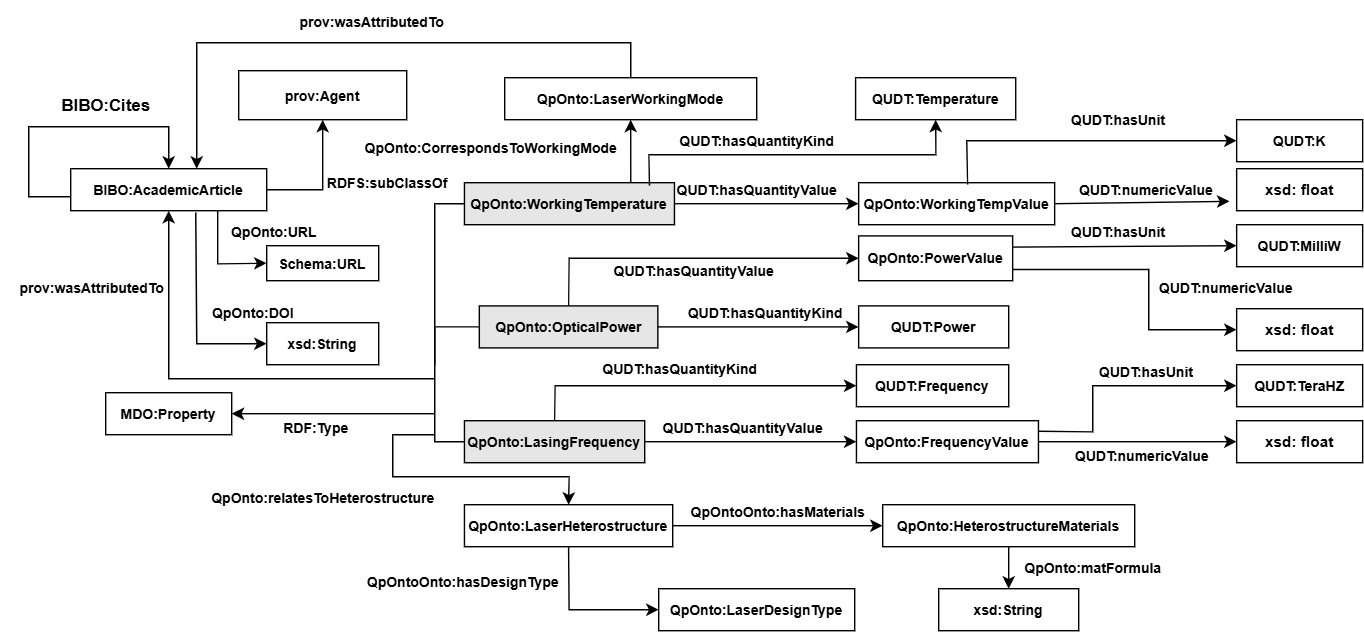
The draw.io diagram Images/qKG.png in DeperiasKerre/qKG, before a commit. Source tidied: cells renumbered, new cells last; positions are measured from the earlier drawing's top-left corner, leaving out a move shared by most shapes.
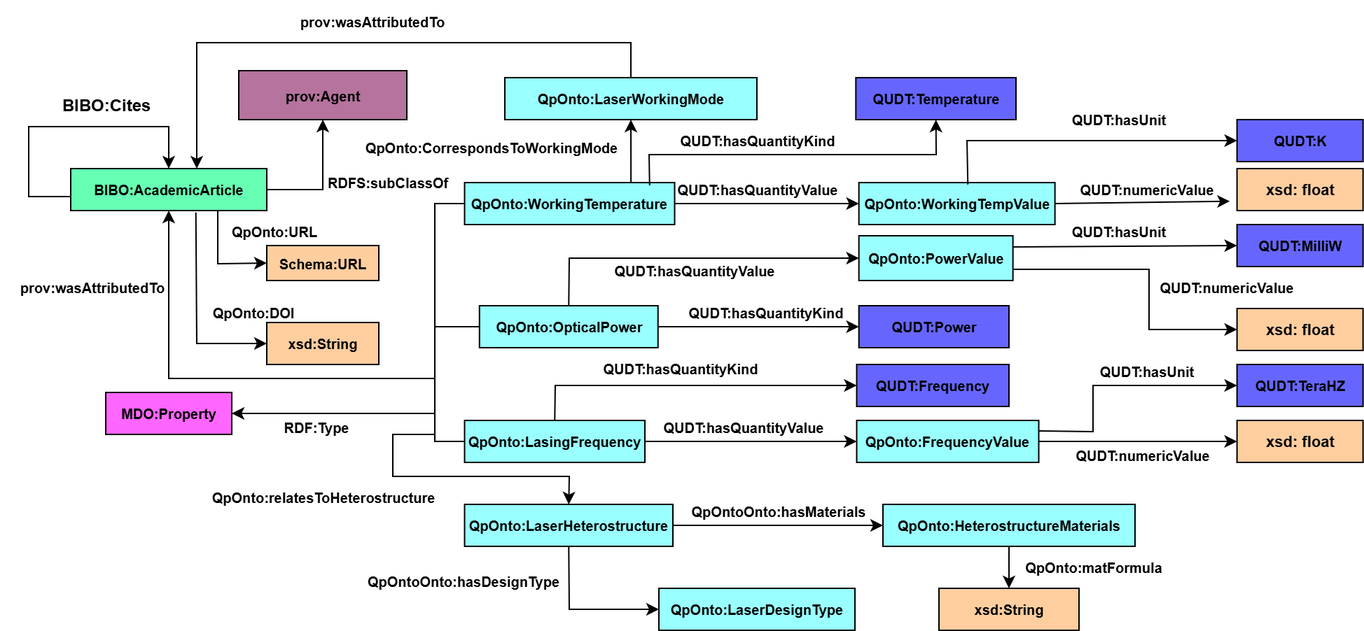
Later version of the same file.

What changed in the source:
```diff
@@ -2,25 +2,25 @@
   <root>
     <mxCell id="0" />
     <mxCell id="1" parent="0" />
-    <mxCell id="2" value="&lt;b&gt;&lt;font style=&quot;font-size: 10px;&quot;&gt;QpOnto:WorkingTemperature&lt;/font&gt;&lt;/b&gt;" style="rounded=0;whiteSpace=wrap;html=1;fillColor=light-dark(#E6E6E6,var(--ge-dark-color, #121212));" parent="1" vertex="1">
+    <mxCell id="2" value="&lt;b&gt;&lt;font style=&quot;font-size: 10px;&quot;&gt;QpOnto:WorkingTemperature&lt;/font&gt;&lt;/b&gt;" style="rounded=0;whiteSpace=wrap;html=1;fillColor=light-dark(#99FFFF,var(--ge-dark-color, #121212));" parent="1" vertex="1">
       <mxGeometry x="331.2" y="130" width="150" height="30" as="geometry" />
     </mxCell>
-    <mxCell id="3" value="&lt;b&gt;&lt;font style=&quot;font-size: 10px;&quot;&gt;QpOnto:OpticalPower&lt;/font&gt;&lt;/b&gt;" style="rounded=0;whiteSpace=wrap;html=1;fillColor=light-dark(#E6E6E6,var(--ge-dark-color, #121212));" parent="1" vertex="1">
+    <mxCell id="3" value="&lt;b&gt;&lt;font style=&quot;font-size: 10px;&quot;&gt;QpOnto:OpticalPower&lt;/font&gt;&lt;/b&gt;" style="rounded=0;whiteSpace=wrap;html=1;fillColor=light-dark(#99FFFF,var(--ge-dark-color, #121212));" parent="1" vertex="1">
       <mxGeometry x="341.9" y="218" width="127.5" height="30" as="geometry" />
     </mxCell>
-    <mxCell id="4" value="&lt;b&gt;&lt;font style=&quot;font-size: 10px;&quot;&gt;QpOnto:LasingFrequency&lt;/font&gt;&lt;/b&gt;" style="rounded=0;whiteSpace=wrap;html=1;fillColor=light-dark(#E6E6E6,var(--ge-dark-color, #121212));" parent="1" vertex="1">
+    <mxCell id="4" value="&lt;b&gt;&lt;font style=&quot;font-size: 10px;&quot;&gt;QpOnto:LasingFrequency&lt;/font&gt;&lt;/b&gt;" style="rounded=0;whiteSpace=wrap;html=1;fillColor=light-dark(#99FFFF,var(--ge-dark-color, #121212));" parent="1" vertex="1">
       <mxGeometry x="331.2" y="300" width="128.8" height="30" as="geometry" />
     </mxCell>
-    <mxCell id="5" value="&lt;b&gt;&lt;font style=&quot;font-size: 10px;&quot;&gt;MDO:Property&lt;/font&gt;&lt;/b&gt;" style="rounded=0;whiteSpace=wrap;html=1;" parent="1" vertex="1">
+    <mxCell id="5" value="&lt;b&gt;&lt;font style=&quot;font-size: 10px;&quot;&gt;MDO:Property&lt;/font&gt;&lt;/b&gt;" style="rounded=0;whiteSpace=wrap;html=1;fillColor=#FF66FF;" parent="1" vertex="1">
       <mxGeometry x="75" y="280" width="90" height="30" as="geometry" />
     </mxCell>
-    <mxCell id="6" value="&lt;b&gt;&lt;font style=&quot;font-size: 10px;&quot;&gt;BIBO:AcademicArticle&lt;/font&gt;&lt;/b&gt;" style="rounded=0;whiteSpace=wrap;html=1;" parent="1" vertex="1">
+    <mxCell id="6" value="&lt;b&gt;&lt;font style=&quot;font-size: 10px;&quot;&gt;BIBO:AcademicArticle&lt;/font&gt;&lt;/b&gt;" style="rounded=0;whiteSpace=wrap;html=1;fillColor=#66FFB3;" parent="1" vertex="1">
       <mxGeometry x="50" y="120" width="140" height="30" as="geometry" />
     </mxCell>
-    <mxCell id="7" value="&lt;b&gt;&lt;font style=&quot;font-size: 10px;&quot;&gt;QpOnto:LaserWorkingMode&lt;/font&gt;&lt;/b&gt;" style="rounded=0;whiteSpace=wrap;html=1;" parent="1" vertex="1">
+    <mxCell id="7" value="&lt;b&gt;&lt;font style=&quot;font-size: 10px;&quot;&gt;QpOnto:LaserWorkingMode&lt;/font&gt;&lt;/b&gt;" style="rounded=0;whiteSpace=wrap;html=1;fillColor=#99FFFF;" parent="1" vertex="1">
       <mxGeometry x="360" y="55" width="180" height="30" as="geometry" />
     </mxCell>
-    <mxCell id="8" value="&lt;font style=&quot;font-size: 10px;&quot;&gt;&lt;b&gt;QUDT:K&lt;/b&gt;&lt;/font&gt;" style="rounded=0;whiteSpace=wrap;html=1;" parent="1" vertex="1">
+    <mxCell id="8" value="&lt;font style=&quot;font-size: 10px;&quot;&gt;&lt;b&gt;QUDT:K&lt;/b&gt;&lt;/font&gt;" style="rounded=0;whiteSpace=wrap;html=1;fillColor=#6666FF;" parent="1" vertex="1">
       <mxGeometry x="882.8" y="85" width="90" height="30" as="geometry" />
     </mxCell>
     <mxCell id="9" style="endArrow=classic;html=1;rounded=0;entryX=0.5;entryY=1;entryDx=0;entryDy=0;exitX=0.792;exitY=0;exitDx=0;exitDy=0;exitPerimeter=0;" parent="1" edge="1" source="2" target="7">
@@ -29,13 +29,13 @@
     <mxCell id="10" value="&lt;b&gt;&lt;font style=&quot;font-size: 10px;&quot;&gt;QpOnto:CorrespondsToWorkingMode&lt;/font&gt;&lt;/b&gt;" style="text;html=1;align=center;verticalAlign=middle;strokeColor=none;fillColor=none;" parent="1" vertex="1">
       <mxGeometry x="250" y="90" width="200" height="30" as="geometry" />
     </mxCell>
-    <mxCell id="11" value="&lt;b&gt;&lt;font style=&quot;font-size: 11px;&quot;&gt;xsd: float&lt;/font&gt;&lt;/b&gt;" style="rounded=0;whiteSpace=wrap;html=1;" parent="1" vertex="1">
+    <mxCell id="11" value="&lt;b&gt;&lt;font style=&quot;font-size: 11px;&quot;&gt;xsd: float&lt;/font&gt;&lt;/b&gt;" style="rounded=0;whiteSpace=wrap;html=1;fillColor=#FFCE9F;" parent="1" vertex="1">
       <mxGeometry x="882.8" y="120" width="90" height="30" as="geometry" />
     </mxCell>
-    <mxCell id="12" value="&lt;b&gt;&lt;font style=&quot;font-size: 10px;&quot;&gt;QpOnto:LaserHeterostructure&lt;/font&gt;&lt;/b&gt;" style="rounded=0;whiteSpace=wrap;html=1;" parent="1" vertex="1">
+    <mxCell id="12" value="&lt;b&gt;&lt;font style=&quot;font-size: 10px;&quot;&gt;QpOnto:LaserHeterostructure&lt;/font&gt;&lt;/b&gt;" style="rounded=0;whiteSpace=wrap;html=1;fillColor=#99FFFF;" parent="1" vertex="1">
       <mxGeometry x="331.2" y="360" width="148.8" height="30" as="geometry" />
     </mxCell>
-    <mxCell id="13" value="&lt;b&gt;&lt;font style=&quot;font-size: 10px;&quot;&gt;QpOnto:HeterostructureMaterials&lt;/font&gt;&lt;/b&gt;" style="rounded=0;whiteSpace=wrap;html=1;" parent="1" vertex="1">
+    <mxCell id="13" value="&lt;b&gt;&lt;font style=&quot;font-size: 10px;&quot;&gt;QpOnto:HeterostructureMaterials&lt;/font&gt;&lt;/b&gt;" style="rounded=0;whiteSpace=wrap;html=1;fillColor=#99FFFF;" parent="1" vertex="1">
       <mxGeometry x="630" y="360" width="180" height="30" as="geometry" />
     </mxCell>
     <mxCell id="14" style="endArrow=none;html=1;rounded=0;entryX=0;entryY=0.5;entryDx=0;entryDy=0;exitX=0;exitY=0.5;exitDx=0;exitDy=0;" parent="1" edge="1" source="4" target="3">
@@ -51,7 +51,7 @@
         <mxPoint x="310" y="295" as="sourcePoint" />
       </mxGeometry>
     </mxCell>
-    <mxCell id="16" value="&lt;b&gt;&lt;font style=&quot;font-size: 10px;&quot;&gt;QpOnto:LaserDesignType&lt;/font&gt;&lt;/b&gt;" style="rounded=0;whiteSpace=wrap;html=1;" parent="1" vertex="1">
+    <mxCell id="16" value="&lt;b&gt;&lt;font style=&quot;font-size: 10px;&quot;&gt;QpOnto:LaserDesignType&lt;/font&gt;&lt;/b&gt;" style="rounded=0;whiteSpace=wrap;html=1;fillColor=#99FFFF;" parent="1" vertex="1">
       <mxGeometry x="470" y="420" width="140" height="30" as="geometry" />
     </mxCell>
     <mxCell id="17" value="&lt;b&gt;&lt;font style=&quot;font-size: 10px;&quot;&gt;QpOntoOnto:hasMaterials&lt;/font&gt;&lt;/b&gt;" style="text;html=1;align=center;verticalAlign=middle;strokeColor=none;fillColor=none;" parent="1" vertex="1">
@@ -84,7 +84,7 @@
     <mxCell id="23" value="&lt;font style=&quot;font-size: 10px;&quot;&gt;&lt;b&gt;prov:wasAttributedTo&lt;/b&gt;&lt;/font&gt;" style="text;html=1;align=center;verticalAlign=middle;strokeColor=none;fillColor=none;" parent="1" vertex="1">
       <mxGeometry y="190" width="130" height="30" as="geometry" />
     </mxCell>
-    <mxCell id="24" value="&lt;font style=&quot;font-size: 10px;&quot;&gt;&lt;b&gt;xsd:String&lt;/b&gt;&lt;/font&gt;" style="rounded=0;whiteSpace=wrap;html=1;" parent="1" vertex="1">
+    <mxCell id="24" value="&lt;font style=&quot;font-size: 10px;&quot;&gt;&lt;b&gt;xsd:String&lt;/b&gt;&lt;/font&gt;" style="rounded=0;whiteSpace=wrap;html=1;fillColor=#FFCE9F;" parent="1" vertex="1">
       <mxGeometry x="190" y="230" width="80" height="30" as="geometry" />
     </mxCell>
     <mxCell id="25" style="endArrow=classic;html=1;rounded=0;exitX=0;exitY=0.5;exitDx=0;exitDy=0;" parent="1" edge="1">
@@ -98,7 +98,7 @@
         </Array>
       </mxGeometry>
     </mxCell>
-    <mxCell id="26" value="&lt;b&gt;&lt;font style=&quot;font-size: 10px;&quot;&gt;Schema:URL&lt;/font&gt;&lt;/b&gt;" style="rounded=0;whiteSpace=wrap;html=1;" parent="1" vertex="1">
+    <mxCell id="26" value="&lt;b&gt;&lt;font style=&quot;font-size: 10px;&quot;&gt;Schema:URL&lt;/font&gt;&lt;/b&gt;" style="rounded=0;whiteSpace=wrap;html=1;fillColor=#FFCE9F;" parent="1" vertex="1">
       <mxGeometry x="190" y="175" width="80" height="25" as="geometry" />
     </mxCell>
     <mxCell id="27" style="endArrow=none;html=1;rounded=0;entryX=0;entryY=0.5;entryDx=0;entryDy=0;" parent="1" edge="1" target="2">
@@ -148,13 +148,13 @@
     <mxCell id="35" value="&lt;b&gt;&lt;font style=&quot;font-size: 10px;&quot;&gt;QpOnto:relatesToHeterostructure&lt;/font&gt;&lt;/b&gt;" style="text;html=1;align=center;verticalAlign=middle;strokeColor=none;fillColor=none;" parent="1" vertex="1">
       <mxGeometry x="140" y="340" width="180" height="30" as="geometry" />
     </mxCell>
-    <mxCell id="36" value="&lt;font style=&quot;font-size: 10px;&quot;&gt;&lt;b&gt;QUDT:Temperature&lt;/b&gt;&lt;/font&gt;" style="rounded=0;whiteSpace=wrap;html=1;" parent="1" vertex="1">
+    <mxCell id="36" value="&lt;font style=&quot;font-size: 10px;&quot;&gt;&lt;b&gt;QUDT:Temperature&lt;/b&gt;&lt;/font&gt;" style="rounded=0;whiteSpace=wrap;html=1;fillColor=#6666FF;" parent="1" vertex="1">
       <mxGeometry x="610.6" y="55" width="114.4" height="30" as="geometry" />
     </mxCell>
     <mxCell id="37" value="&lt;font style=&quot;font-size: 10px;&quot;&gt;&lt;b&gt;QUDT:hasQuantityKind&lt;/b&gt;&lt;/font&gt;" style="text;html=1;align=center;verticalAlign=middle;strokeColor=none;fillColor=none;" parent="1" vertex="1">
       <mxGeometry x="475" y="85" width="130" height="30" as="geometry" />
     </mxCell>
-    <mxCell id="38" value="&lt;font style=&quot;font-size: 10px;&quot;&gt;&lt;b&gt;prov:Agent&lt;/b&gt;&lt;/font&gt;" style="rounded=0;whiteSpace=wrap;html=1;" parent="1" vertex="1">
+    <mxCell id="38" value="&lt;font style=&quot;font-size: 10px;&quot;&gt;&lt;b&gt;prov:Agent&lt;/b&gt;&lt;/font&gt;" style="rounded=0;whiteSpace=wrap;html=1;fillColor=#B5739D;" parent="1" vertex="1">
       <mxGeometry x="170" y="50" width="120" height="35" as="geometry" />
     </mxCell>
     <mxCell id="39" style="endArrow=classic;html=1;rounded=0;entryX=0.5;entryY=1;entryDx=0;entryDy=0;exitX=1;exitY=0.5;exitDx=0;exitDy=0;" parent="1" edge="1" source="6" target="38">
@@ -164,7 +164,7 @@
         </Array>
       </mxGeometry>
     </mxCell>
-    <mxCell id="40" value="&lt;font style=&quot;font-size: 10px;&quot;&gt;&lt;b&gt;xsd:String&lt;/b&gt;&lt;/font&gt;" style="rounded=0;whiteSpace=wrap;html=1;" parent="1" vertex="1">
+    <mxCell id="40" value="&lt;font style=&quot;font-size: 10px;&quot;&gt;&lt;b&gt;xsd:String&lt;/b&gt;&lt;/font&gt;" style="rounded=0;whiteSpace=wrap;html=1;fillColor=#FFCE9F;" parent="1" vertex="1">
       <mxGeometry x="670" y="420" width="100" height="30" as="geometry" />
     </mxCell>
     <mxCell id="41" value="&lt;font style=&quot;font-size: 10px;&quot;&gt;&lt;b&gt;QpOnto:matFormula&lt;/b&gt;&lt;/font&gt;" style="text;html=1;align=center;verticalAlign=middle;strokeColor=none;fillColor=none;" parent="1" vertex="1">
@@ -178,7 +178,7 @@
     <mxCell id="43" style="endArrow=classic;html=1;rounded=0;entryX=0.5;entryY=0;entryDx=0;entryDy=0;exitX=0.5;exitY=1;exitDx=0;exitDy=0;" parent="1" edge="1" source="13" target="40">
       <mxGeometry relative="1" as="geometry" />
     </mxCell>
-    <mxCell id="44" value="&lt;font style=&quot;font-size: 10px;&quot;&gt;&lt;b&gt;QpOnto:PowerValue&lt;/b&gt;&lt;/font&gt;" style="rounded=0;whiteSpace=wrap;html=1;" parent="1" vertex="1">
+    <mxCell id="44" value="&lt;font style=&quot;font-size: 10px;&quot;&gt;&lt;b&gt;QpOnto:PowerValue&lt;/b&gt;&lt;/font&gt;" style="rounded=0;whiteSpace=wrap;html=1;fillColor=#99FFFF;" parent="1" vertex="1">
       <mxGeometry x="612.8" y="168" width="110" height="32" as="geometry" />
     </mxCell>
     <mxCell id="45" style="endArrow=classic;html=1;rounded=0;entryX=0;entryY=0.5;entryDx=0;entryDy=0;exitX=0.5;exitY=0;exitDx=0;exitDy=0;" parent="1" edge="1" source="3" target="44">
@@ -199,10 +199,10 @@
     <mxCell id="47" value="&lt;b&gt;&lt;font style=&quot;font-size: 10px;&quot;&gt;prov:wasAttributedTo&lt;/font&gt;&lt;/b&gt;" style="text;html=1;align=center;verticalAlign=middle;strokeColor=none;fillColor=none;" parent="1" vertex="1">
       <mxGeometry x="200" width="130" height="30" as="geometry" />
     </mxCell>
-    <mxCell id="48" value="&lt;font style=&quot;font-size: 10px;&quot;&gt;&lt;b&gt;QpOnto:WorkingTempValue&lt;/b&gt;&lt;/font&gt;" style="rounded=0;whiteSpace=wrap;html=1;" parent="1" vertex="1">
+    <mxCell id="48" value="&lt;font style=&quot;font-size: 10px;&quot;&gt;&lt;b&gt;QpOnto:WorkingTempValue&lt;/b&gt;&lt;/font&gt;" style="rounded=0;whiteSpace=wrap;html=1;fillColor=#99FFFF;" parent="1" vertex="1">
       <mxGeometry x="612.8" y="130" width="140" height="30" as="geometry" />
     </mxCell>
-    <mxCell id="49" value="&lt;font style=&quot;font-size: 10px;&quot;&gt;&lt;b&gt;QpOnto:FrequencyValue&lt;/b&gt;&lt;/font&gt;" style="rounded=0;whiteSpace=wrap;html=1;" parent="1" vertex="1">
+    <mxCell id="49" value="&lt;font style=&quot;font-size: 10px;&quot;&gt;&lt;b&gt;QpOnto:FrequencyValue&lt;/b&gt;&lt;/font&gt;" style="rounded=0;whiteSpace=wrap;html=1;fillColor=#99FFFF;" parent="1" vertex="1">
       <mxGeometry x="611.2" y="300" width="130" height="30" as="geometry" />
     </mxCell>
     <mxCell id="50" style="endArrow=classic;html=1;rounded=0;exitX=1;exitY=0.5;exitDx=0;exitDy=0;entryX=0;entryY=0.5;entryDx=0;entryDy=0;" parent="1" edge="1" source="2" target="48">
@@ -225,7 +225,7 @@
         </Array>
       </mxGeometry>
     </mxCell>
-    <mxCell id="55" value="&lt;font style=&quot;font-size: 10px;&quot;&gt;&lt;b&gt;QUDT:Power&lt;/b&gt;&lt;/font&gt;" style="rounded=0;whiteSpace=wrap;html=1;" parent="1" vertex="1">
+    <mxCell id="55" value="&lt;font style=&quot;font-size: 10px;&quot;&gt;&lt;b&gt;QUDT:Power&lt;/b&gt;&lt;/font&gt;" style="rounded=0;whiteSpace=wrap;html=1;fillColor=#6666FF;" parent="1" vertex="1">
       <mxGeometry x="612.8" y="218" width="107.2" height="30" as="geometry" />
     </mxCell>
     <mxCell id="56" value="&lt;b style=&quot;font-size: 10px;&quot;&gt;QUDT:hasQuantityKind&lt;/b&gt;" style="text;html=1;align=center;verticalAlign=middle;strokeColor=none;fillColor=none;" parent="1" vertex="1">
@@ -237,7 +237,7 @@
     <mxCell id="58" style="endArrow=classic;html=1;rounded=0;entryX=0;entryY=0.5;entryDx=0;entryDy=0;exitX=1;exitY=0.5;exitDx=0;exitDy=0;" parent="1" edge="1" source="3" target="55">
       <mxGeometry relative="1" as="geometry" />
     </mxCell>
-    <mxCell id="59" value="&lt;font style=&quot;font-size: 10px;&quot;&gt;&lt;b&gt;QUDT:Frequency&lt;/b&gt;&lt;/font&gt;" style="rounded=0;whiteSpace=wrap;html=1;" parent="1" vertex="1">
+    <mxCell id="59" value="&lt;font style=&quot;font-size: 10px;&quot;&gt;&lt;b&gt;QUDT:Frequency&lt;/b&gt;&lt;/font&gt;" style="rounded=0;whiteSpace=wrap;html=1;fillColor=#6666FF;" parent="1" vertex="1">
       <mxGeometry x="611.2" y="260" width="108.8" height="30" as="geometry" />
     </mxCell>
     <mxCell id="60" style="endArrow=classic;html=1;rounded=0;entryX=0;entryY=0.5;entryDx=0;entryDy=0;exitX=0.5;exitY=0;exitDx=0;exitDy=0;" parent="1" edge="1" source="4" target="59">
@@ -250,16 +250,16 @@
     <mxCell id="61" value="&lt;b style=&quot;font-size: 10px;&quot;&gt;QUDT:hasQuantityKind&lt;/b&gt;" style="text;html=1;align=center;verticalAlign=middle;strokeColor=none;fillColor=none;" parent="1" vertex="1">
       <mxGeometry x="420" y="248" width="130" height="30" as="geometry" />
     </mxCell>
-    <mxCell id="62" value="&lt;font style=&quot;font-size: 10px;&quot;&gt;&lt;b&gt;QUDT:MilliW&lt;/b&gt;&lt;/font&gt;" style="rounded=0;whiteSpace=wrap;html=1;" parent="1" vertex="1">
+    <mxCell id="62" value="&lt;font style=&quot;font-size: 10px;&quot;&gt;&lt;b&gt;QUDT:MilliW&lt;/b&gt;&lt;/font&gt;" style="rounded=0;whiteSpace=wrap;html=1;fillColor=#6666FF;" parent="1" vertex="1">
       <mxGeometry x="882.8" y="160" width="90" height="30" as="geometry" />
     </mxCell>
-    <mxCell id="63" value="&lt;b&gt;&lt;font style=&quot;font-size: 11px;&quot;&gt;xsd: float&lt;/font&gt;&lt;/b&gt;" style="rounded=0;whiteSpace=wrap;html=1;" parent="1" vertex="1">
+    <mxCell id="63" value="&lt;b&gt;&lt;font style=&quot;font-size: 11px;&quot;&gt;xsd: float&lt;/font&gt;&lt;/b&gt;" style="rounded=0;whiteSpace=wrap;html=1;fillColor=#FFCE9F;" parent="1" vertex="1">
       <mxGeometry x="882.8" y="220" width="90" height="30" as="geometry" />
     </mxCell>
-    <mxCell id="64" value="&lt;font style=&quot;font-size: 10px;&quot;&gt;&lt;b&gt;QUDT:&lt;/b&gt;&lt;/font&gt;&lt;span style=&quot;font-size: 10px;&quot;&gt;&lt;b&gt;TeraHZ&lt;/b&gt;&lt;/span&gt;" style="rounded=0;whiteSpace=wrap;html=1;" parent="1" vertex="1">
+    <mxCell id="64" value="&lt;font style=&quot;font-size: 10px;&quot;&gt;&lt;b&gt;QUDT:&lt;/b&gt;&lt;/font&gt;&lt;span style=&quot;font-size: 10px;&quot;&gt;&lt;b&gt;TeraHZ&lt;/b&gt;&lt;/span&gt;" style="rounded=0;whiteSpace=wrap;html=1;fillColor=#6666FF;" parent="1" vertex="1">
       <mxGeometry x="882.8" y="260" width="90" height="30" as="geometry" />
     </mxCell>
-    <mxCell id="65" value="&lt;b&gt;&lt;font style=&quot;font-size: 11px;&quot;&gt;xsd: float&lt;/font&gt;&lt;/b&gt;" style="rounded=0;whiteSpace=wrap;html=1;" parent="1" vertex="1">
+    <mxCell id="65" value="&lt;b&gt;&lt;font style=&quot;font-size: 11px;&quot;&gt;xsd: float&lt;/font&gt;&lt;/b&gt;" style="rounded=0;whiteSpace=wrap;html=1;fillColor=#FFCE9F;" parent="1" vertex="1">
       <mxGeometry x="882.8" y="300" width="90" height="30" as="geometry" />
     </mxCell>
     <mxCell id="66" style="endArrow=classic;html=1;rounded=0;exitX=0.556;exitY=0.044;exitDx=0;exitDy=0;exitPerimeter=0;entryX=0;entryY=0.5;entryDx=0;entryDy=0;" parent="1" edge="1" source="48" target="8">
```
